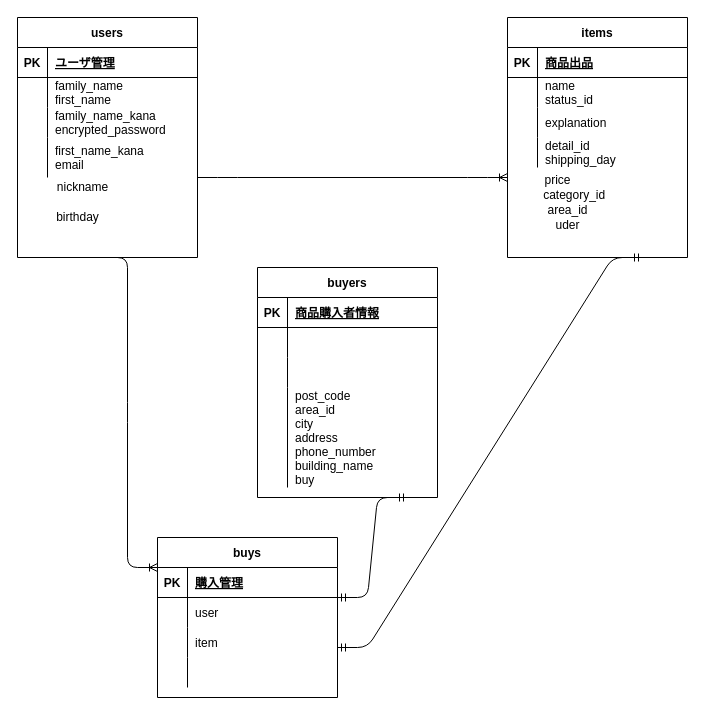
Above: ER図.dio in sakaki38/furima-036023 (draw.io), before the change. Source tidied: cells renumbered, new cells numbered last; positions are measured from the earlier drawing's top-left corner, leaving out a move shared by most shapes. Both pictures are drawn from the tidied source at 100%, with x=0, y=0 at pixel (17, 17).
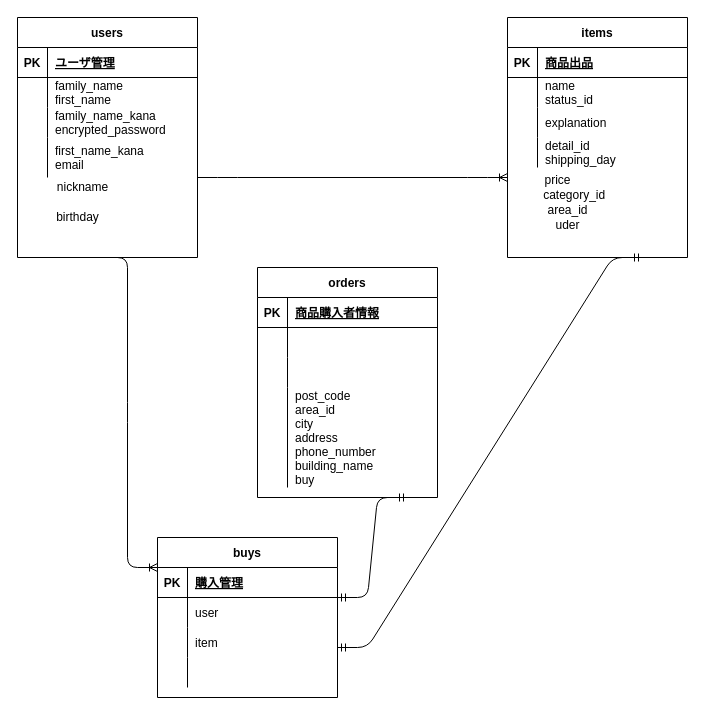
After the change.

The edit, as a diff of the source:
```diff
@@
-    <mxCell id="15" value="buyers" style="shape=table;startSize=30;childLayout=tableLayout;rowLines=0;fontStyle=1;align=center;" parent="1" vertex="1">
+    <mxCell id="15" value="orders" style="shape=table;startSize=30;childLayout=tableLayout;rowLines=0;fontStyle=1;align=center;" parent="1" vertex="1">
       <mxGeometry x="240" y="250" width="180" height="230" as="geometry" />
     </mxCell>
```
